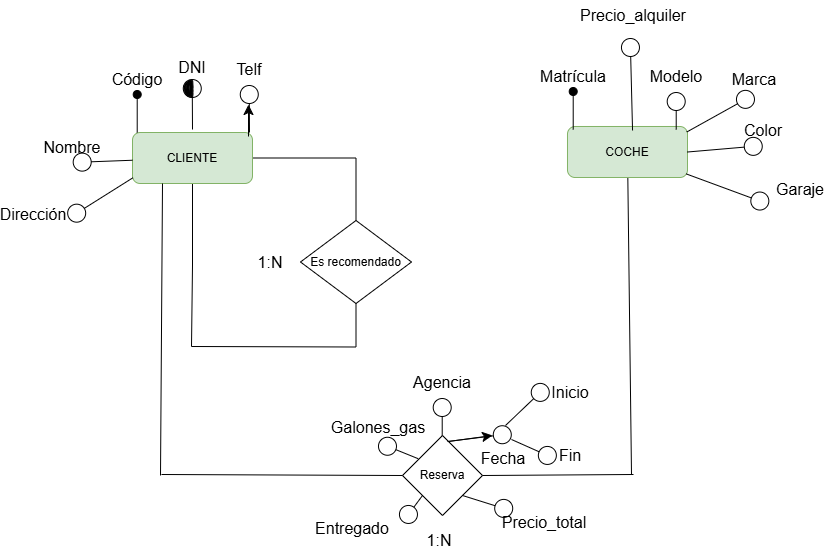
Samue45/1-DAM keeps this draw.io diagram as Data Base/Coches.drawio.png. Above is the earlier version. Source tidied: cells renumbered, new cells last; positions are measured from the earlier drawing's top-left corner, leaving out a move shared by most shapes.
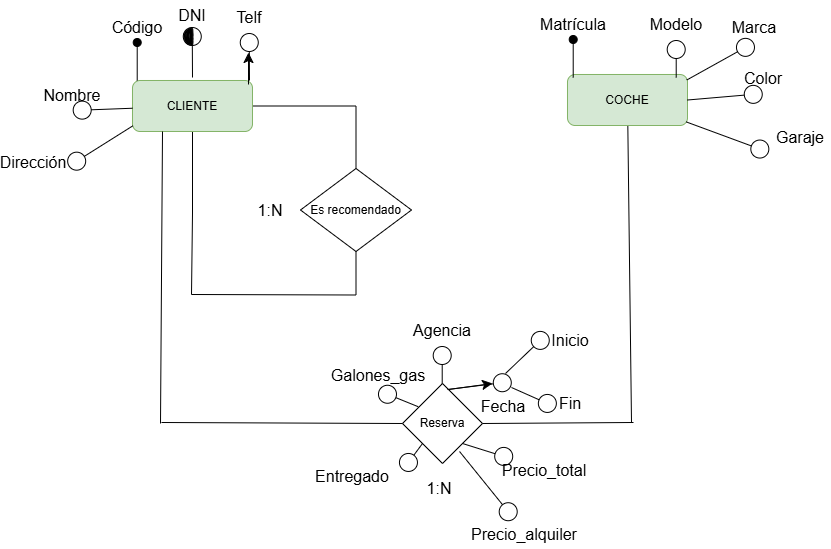
After the change.

What changed in the source:
```diff
@@ -145,11 +145,11 @@
       </mxGeometry>
     </mxCell>
     <mxCell id="36" value="Precio_alquiler" style="text;html=1;align=center;verticalAlign=middle;whiteSpace=wrap;rounded=0;fontSize=16;" parent="1" vertex="1">
-      <mxGeometry x="600" width="60" height="30" as="geometry" />
+      <mxGeometry x="491" y="571" width="60" height="30" as="geometry" />
     </mxCell>
-    <mxCell id="37" style="endArrow=circle;html=1;rounded=0;fontSize=12;startSize=8;endSize=8;curved=1;entryX=0.5;entryY=1;entryDx=0;entryDy=0;endFill=0;exitX=0.542;exitY=0.078;exitDx=0;exitDy=0;exitPerimeter=0;" parent="1" edge="1" source="6">
+    <mxCell id="37" style="endArrow=circle;html=1;rounded=0;fontSize=12;startSize=8;endSize=8;curved=1;entryX=0.5;entryY=1;entryDx=0;entryDy=0;endFill=0;exitX=0.713;exitY=0.85;exitDx=0;exitDy=0;exitPerimeter=0;" parent="1" edge="1" source="22">
       <mxGeometry relative="1" as="geometry">
-        <mxPoint x="626.7" y="37" as="targetPoint" />
+        <mxPoint x="511" y="571" as="targetPoint" />
       </mxGeometry>
     </mxCell>
     <mxCell id="38" value="Precio_total" style="text;html=1;align=center;verticalAlign=middle;whiteSpace=wrap;rounded=0;fontSize=16;" parent="1" vertex="1">
```
